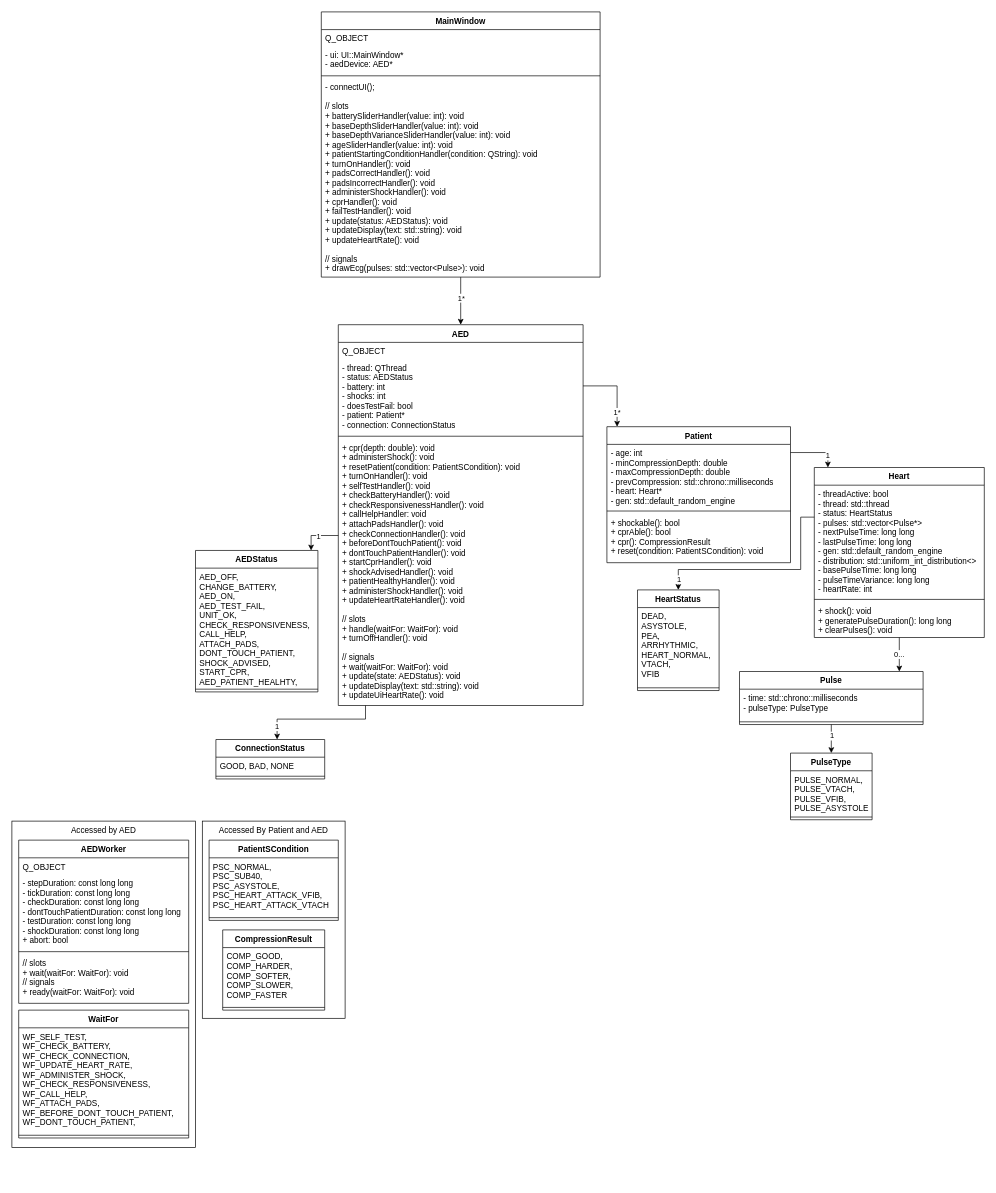
Before: docs/class-diagram/a4-class-diagram.drawio in HamzaAlsarakbi/AEDSimulator, a draw.io diagram. Source tidied: cells renumbered, new cells numbered last; positions are measured from the earlier drawing's top-left corner, leaving out a move shared by most shapes. Both pictures are drawn from the tidied source at 68%, with x=0, y=0 at pixel (12, 12).
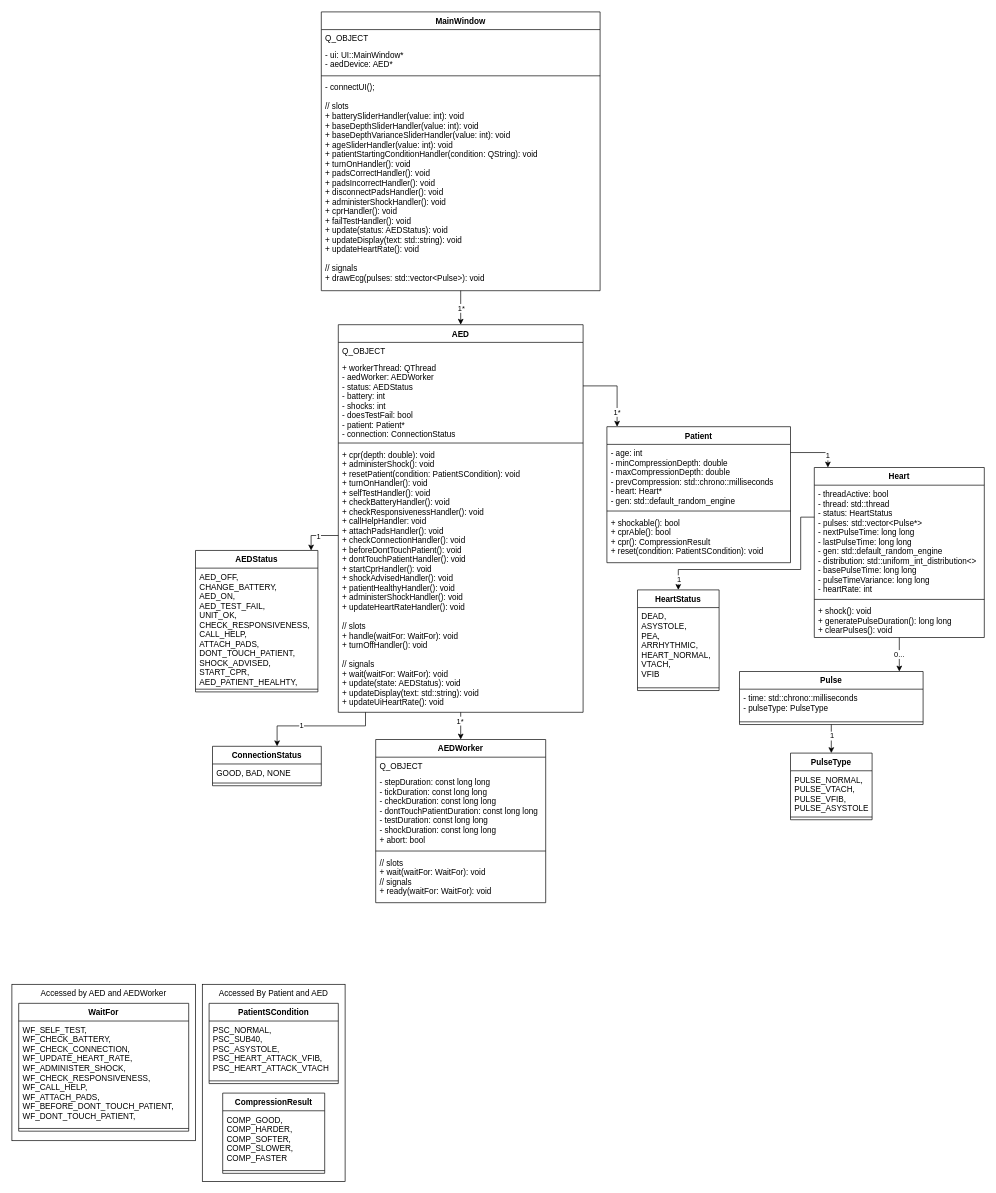
Above is the later version.

Commit message (it also covers changes not shown here):
added safety 1 render and updated class diagram

Change to the diagram source:
```diff
@@
     <mxCell id="2" value="Accessed By Patient and AED" style="rounded=0;whiteSpace=wrap;html=1;fillColor=none;verticalAlign=top;" parent="1" vertex="1">
-      <mxGeometry x="280" y="1190" width="210" height="290" as="geometry" />
+      <mxGeometry x="280" y="1430" width="210" height="290" as="geometry" />
     </mxCell>
-    <mxCell id="3" value="Accessed by AED" style="rounded=0;whiteSpace=wrap;html=1;fillColor=none;verticalAlign=top;" parent="1" vertex="1">
-      <mxGeometry y="1190" width="270" height="480" as="geometry" />
+    <mxCell id="3" value="Accessed by AED and AEDWorker" style="rounded=0;whiteSpace=wrap;html=1;fillColor=none;verticalAlign=top;" parent="1" vertex="1">
+      <mxGeometry y="1430" width="270" height="230" as="geometry" />
     </mxCell>
@@
     <mxCell id="8" style="edgeStyle=orthogonalEdgeStyle;rounded=0;jettySize=auto;html=1;" parent="1" edge="1" source="10" target="46">
       <mxGeometry relative="1" as="geometry">
         <Array as="points">
-          <mxPoint x="520" y="1040" />
-          <mxPoint x="390" y="1040" />
+          <mxPoint x="520" y="1050" />
+          <mxPoint x="390" y="1050" />
         </Array>
       </mxGeometry>
     </mxCell>
     <mxCell id="9" value="1" style="edgeLabel;html=1;align=center;verticalAlign=middle;" parent="8" vertex="1">
       <mxGeometry x="0.5" relative="1" as="geometry">
-        <mxPoint x="-16" y="10" as="offset" />
+        <mxPoint x="20" y="-2" as="offset" />
       </mxGeometry>
     </mxCell>
+    <mxCell id="66" style="edgeStyle=orthogonalEdgeStyle;rounded=0;jettySize=auto;html=1;" parent="1" edge="1" source="10" target="52">
+      <mxGeometry relative="1" as="geometry" />
+    </mxCell>
+    <mxCell id="67" value="1*" style="edgeLabel;html=1;align=center;verticalAlign=middle;" parent="66" vertex="1">
+      <mxGeometry x="-0.42" y="-2" relative="1" as="geometry" />
+    </mxCell>
     <mxCell id="10" value="AED" style="swimlane;fontStyle=1;align=center;verticalAlign=top;horizontal=1;startSize=26;" parent="1" vertex="1">
-      <mxGeometry x="480" y="460" width="360" height="560" as="geometry" />
+      <mxGeometry x="480" y="460" width="360" height="570" as="geometry" />
     </mxCell>
@@
-    <mxCell id="12" value="- thread: QThread&#10;- status: AEDStatus&#10;- battery: int&#10;- shocks: int&#10;- doesTestFail: bool&#10;- patient: Patient*&#10;- connection: ConnectionStatus" style="text;strokeColor=none;fillColor=none;align=left;verticalAlign=top;spacingLeft=4;spacingRight=4;overflow=hidden;" parent="10" vertex="1">
-      <mxGeometry y="50" width="360" height="110" as="geometry" />
+    <mxCell id="12" value="+ workerThread: QThread&#10;- aedWorker: AEDWorker&#10;- status: AEDStatus&#10;- battery: int&#10;- shocks: int&#10;- doesTestFail: bool&#10;- patient: Patient*&#10;- connection: ConnectionStatus" style="text;strokeColor=none;fillColor=none;align=left;verticalAlign=top;spacingLeft=4;spacingRight=4;overflow=hidden;" parent="10" vertex="1">
+      <mxGeometry y="50" width="360" height="120" as="geometry" />
     </mxCell>
     <mxCell id="13" style="line;strokeWidth=1;fillColor=none;align=left;verticalAlign=middle;spacingTop=-1;spacingLeft=3;spacingRight=3;labelPosition=right;strokeColor=inherit;" parent="10" vertex="1">
-      <mxGeometry y="160" width="360" height="8" as="geometry" />
+      <mxGeometry y="170" width="360" height="8" as="geometry" />
     </mxCell>
     <mxCell id="14" value="+ cpr(depth: double): void&#10;+ administerShock(): void&#10;+ resetPatient(condition: PatientSCondition): void&#10;+ turnOnHandler(): void&#10;+ selfTestHandler(): void&#10;+ checkBatteryHandler(): void&#10;+ checkResponsivenessHandler(): void&#10;+ callHelpHandler: void&#10;+ attachPadsHandler(): void&#10;+ checkConnectionHandler(): void&#10;+ beforeDontTouchPatient(): void&#10;+ dontTouchPatientHandler(): void&#10;+ startCprHandler(): void&#10;+ shockAdvisedHandler(): void&#10;+ patientHealthyHandler(): void&#10;+ administerShockHandler(): void&#10;+ updateHeartRateHandler(): void&#10;&#10;// slots&#10;+ handle(waitFor: WaitFor): void&#10;+ turnOffHandler(): void&#10;&#10;// signals&#10;+ wait(waitFor: WaitFor): void&#10;+ update(state: AEDStatus): void&#10;+ updateDisplay(text: std::string): void&#10;+ updateUiHeartRate(): void" style="text;strokeColor=none;fillColor=none;align=left;verticalAlign=top;spacingLeft=4;spacingRight=4;overflow=hidden;" parent="10" vertex="1">
-      <mxGeometry y="168" width="360" height="392" as="geometry" />
+      <mxGeometry y="178" width="360" height="392" as="geometry" />
     </mxCell>
@@
     <mxCell id="41" value="MainWindow" style="swimlane;fontStyle=1;align=center;verticalAlign=top;horizontal=1;startSize=26;" parent="1" vertex="1">
-      <mxGeometry x="455" width="410" height="390" as="geometry" />
+      <mxGeometry x="455" width="410" height="410" as="geometry" />
     </mxCell>
@@
-    <mxCell id="45" value="- connectUI();&#10;&#10;// slots&#10;+ batterySliderHandler(value: int): void&#10;+ baseDepthSliderHandler(value: int): void&#10;+ baseDepthVarianceSliderHandler(value: int): void&#10;+ ageSliderHandler(value: int): void&#10;+ patientStartingConditionHandler(condition: QString): void&#10;+ turnOnHandler(): void&#10;+ padsCorrectHandler(): void&#10;+ padsIncorrectHandler(): void&#10;+ administerShockHandler(): void&#10;+ cprHandler(): void&#10;+ failTestHandler(): void&#10;+ update(status: AEDStatus): void&#10;+ updateDisplay(text: std::string): void&#10;+ updateHeartRate(): void&#10;&#10;// signals&#10;+ drawEcg(pulses: std::vector&lt;Pulse&gt;): void" style="text;strokeColor=none;fillColor=none;align=left;verticalAlign=top;spacingLeft=4;spacingRight=4;overflow=hidden;points=[[0,0.5],[1,0.5]];portConstraint=eastwest;" parent="41" vertex="1">
-      <mxGeometry y="98" width="410" height="292" as="geometry" />
+    <mxCell id="45" value="- connectUI();&#10;&#10;// slots&#10;+ batterySliderHandler(value: int): void&#10;+ baseDepthSliderHandler(value: int): void&#10;+ baseDepthVarianceSliderHandler(value: int): void&#10;+ ageSliderHandler(value: int): void&#10;+ patientStartingConditionHandler(condition: QString): void&#10;+ turnOnHandler(): void&#10;+ padsCorrectHandler(): void&#10;+ padsIncorrectHandler(): void&#10;+ disconnectPadsHandler(): void&#10;+ administerShockHandler(): void&#10;+ cprHandler(): void&#10;+ failTestHandler(): void&#10;+ update(status: AEDStatus): void&#10;+ updateDisplay(text: std::string): void&#10;+ updateHeartRate(): void&#10;&#10;// signals&#10;+ drawEcg(pulses: std::vector&lt;Pulse&gt;): void" style="text;strokeColor=none;fillColor=none;align=left;verticalAlign=top;spacingLeft=4;spacingRight=4;overflow=hidden;points=[[0,0.5],[1,0.5]];portConstraint=eastwest;" parent="41" vertex="1">
+      <mxGeometry y="98" width="410" height="312" as="geometry" />
     </mxCell>
     <mxCell id="46" value="ConnectionStatus" style="swimlane;fontStyle=1;align=center;verticalAlign=top;horizontal=1;startSize=26;" parent="1" vertex="1">
-      <mxGeometry x="300" y="1070" width="160" height="58" as="geometry" />
+      <mxGeometry x="295" y="1080" width="160" height="58" as="geometry" />
     </mxCell>
@@
     <mxCell id="49" value="WaitFor" style="swimlane;fontStyle=1;align=center;verticalAlign=top;horizontal=1;startSize=26;" parent="1" vertex="1">
-      <mxGeometry x="10" y="1468" width="250" height="188" as="geometry" />
+      <mxGeometry x="10" y="1458" width="250" height="188" as="geometry" />
     </mxCell>
@@
     <mxCell id="52" value="AEDWorker" style="swimlane;fontStyle=1;align=center;verticalAlign=top;horizontal=1;startSize=26;" parent="1" vertex="1">
-      <mxGeometry x="10" y="1218" width="250" height="240" as="geometry" />
+      <mxGeometry x="535" y="1070" width="250" height="240" as="geometry" />
     </mxCell>
@@
     <mxCell id="60" value="PatientSCondition" style="swimlane;fontStyle=1;align=center;verticalAlign=top;horizontal=1;startSize=26;" parent="1" vertex="1">
-      <mxGeometry x="290" y="1218" width="190" height="118" as="geometry" />
+      <mxGeometry x="290" y="1458" width="190" height="118" as="geometry" />
     </mxCell>
@@
     <mxCell id="63" value="CompressionResult" style="swimlane;fontStyle=1;align=center;verticalAlign=top;horizontal=1;startSize=26;" parent="1" vertex="1">
-      <mxGeometry x="310" y="1350" width="150" height="118" as="geometry" />
+      <mxGeometry x="310" y="1590" width="150" height="118" as="geometry" />
     </mxCell>
```
